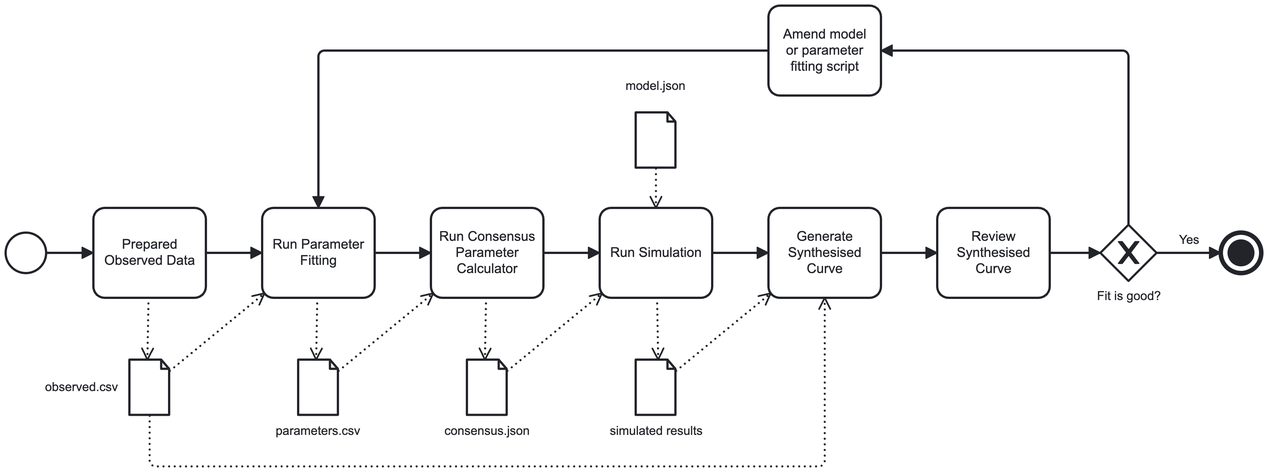
The BPMN diagram docs/images/parameter-fitting.png in davewalker5/OdeSolver, before a commit. Its source is kept beside it as docs/images/parameter-fitting.bpmn. Ids are renumbered.
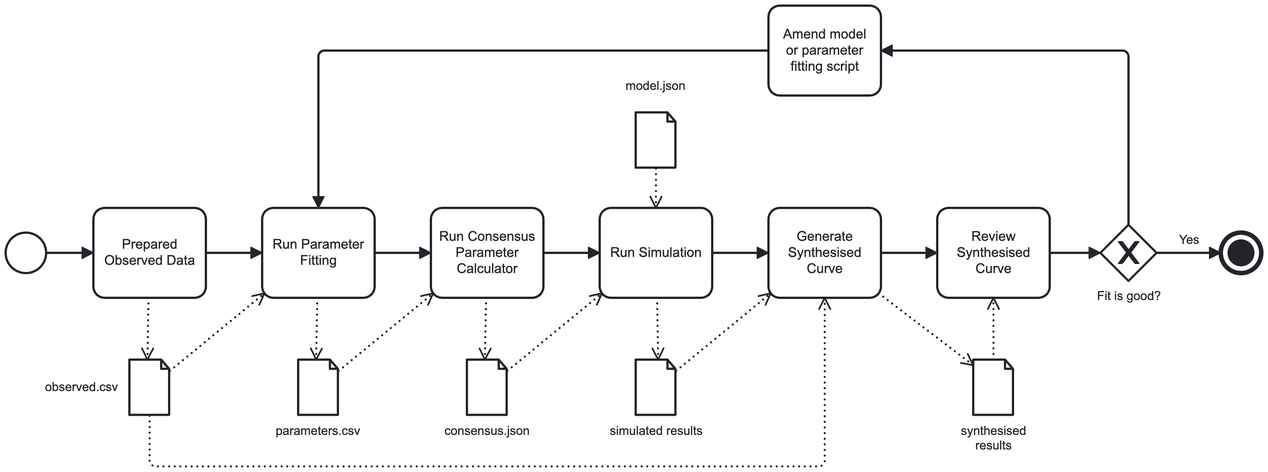
After the change.

Change to the diagram source:
```diff
@@ -75,6 +75,9 @@
         <bpmn:sourceRef>DataObjectReference_n31</bpmn:sourceRef>
         <bpmn:targetRef>Property_n35</bpmn:targetRef>
       </bpmn:dataInputAssociation>
+      <bpmn:dataOutputAssociation id="DataOutputAssociation_n47">
+        <bpmn:targetRef>DataObjectReference_n48</bpmn:targetRef>
+      </bpmn:dataOutputAssociation>
     </bpmn:task>
     <bpmn:sequenceFlow id="Flow_n25" sourceRef="Activity_n24" targetRef="Activity_n33" />
     <bpmn:exclusiveGateway id="Gateway_n38" name="Fit is good?">
@@ -98,9 +101,16 @@
     <bpmn:task id="Activity_n46" name="Review Synthesised Curve">
       <bpmn:incoming>Flow_n34</bpmn:incoming>
       <bpmn:outgoing>Flow_n39</bpmn:outgoing>
+      <bpmn:property id="Property_n49" name="__targetRef_placeholder" />
+      <bpmn:dataInputAssociation id="DataInputAssociation_n50">
+        <bpmn:sourceRef>DataObjectReference_n48</bpmn:sourceRef>
+        <bpmn:targetRef>Property_n49</bpmn:targetRef>
+      </bpmn:dataInputAssociation>
     </bpmn:task>
     <bpmn:sequenceFlow id="Flow_n34" sourceRef="Activity_n33" targetRef="Activity_n46" />
     <bpmn:sequenceFlow id="Flow_n39" sourceRef="Activity_n46" targetRef="Gateway_n38" />
+    <bpmn:dataObjectReference id="DataObjectReference_n48" name="synthesised results" dataObjectRef="DataObject_n51" />
+    <bpmn:dataObject id="DataObject_n51" />
   </bpmn:process>
   <bpmndi:BPMNDiagram id="BPMNDiagram_1">
     <bpmndi:BPMNPlane id="BPMNPlane_1" bpmnElement="Process_n2">
@@ -151,6 +161,15 @@
         <dc:Bounds x="860" y="260" width="100" height="80" />
         <bpmndi:BPMNLabel />
       </bpmndi:BPMNShape>
+      <bpmndi:BPMNShape id="Gateway_n38_di" bpmnElement="Gateway_n38" isMarkerVisible="true">
+        <dc:Bounds x="1155" y="275" width="50" height="50" />
+        <bpmndi:BPMNLabel>
+          <dc:Bounds x="1152" y="332" width="57" height="14" />
+        </bpmndi:BPMNLabel>
+      </bpmndi:BPMNShape>
+      <bpmndi:BPMNShape id="Event_0ka35gp_di" bpmnElement="Event_n42">
+        <dc:Bounds x="1262" y="282" width="36" height="36" />
+      </bpmndi:BPMNShape>
       <bpmndi:BPMNShape id="Activity_n44_di" bpmnElement="Activity_n44">
         <dc:Bounds x="860" y="80" width="100" height="80" />
         <bpmndi:BPMNLabel />
@@ -165,14 +184,11 @@
         <dc:Bounds x="1010" y="260" width="100" height="80" />
         <bpmndi:BPMNLabel />
       </bpmndi:BPMNShape>
-      <bpmndi:BPMNShape id="Gateway_n38_di" bpmnElement="Gateway_n38" isMarkerVisible="true">
-        <dc:Bounds x="1155" y="275" width="50" height="50" />
+      <bpmndi:BPMNShape id="DataObjectReference_n48_di" bpmnElement="DataObjectReference_n48">
+        <dc:Bounds x="1042" y="395" width="36" height="50" />
         <bpmndi:BPMNLabel>
-          <dc:Bounds x="1152" y="332" width="57" height="14" />
+          <dc:Bounds x="1031" y="452" width="59" height="27" />
         </bpmndi:BPMNLabel>
-      </bpmndi:BPMNShape>
-      <bpmndi:BPMNShape id="Event_0ka35gp_di" bpmnElement="Event_n42">
-        <dc:Bounds x="1262" y="282" width="36" height="36" />
       </bpmndi:BPMNShape>
       <bpmndi:BPMNEdge id="DataOutputAssociation_n6_di" bpmnElement="DataOutputAssociation_n6">
         <di:waypoint x="309" y="340" />
@@ -228,9 +244,20 @@
         <di:waypoint x="910" y="490" />
         <di:waypoint x="910" y="340" />
       </bpmndi:BPMNEdge>
+      <bpmndi:BPMNEdge id="DataInputAssociation_n37_di" bpmnElement="DataInputAssociation_n37">
+        <di:waypoint x="778" y="405" />
+        <di:waypoint x="862" y="336" />
+      </bpmndi:BPMNEdge>
       <bpmndi:BPMNEdge id="Flow_n25_di" bpmnElement="Flow_n25">
         <di:waypoint x="810" y="300" />
         <di:waypoint x="860" y="300" />
+      </bpmndi:BPMNEdge>
+      <bpmndi:BPMNEdge id="Flow_n40_di" bpmnElement="Flow_n40">
+        <di:waypoint x="1205" y="300" />
+        <di:waypoint x="1262" y="300" />
+        <bpmndi:BPMNLabel>
+          <dc:Bounds x="1225" y="282" width="18" height="14" />
+        </bpmndi:BPMNLabel>
       </bpmndi:BPMNEdge>
       <bpmndi:BPMNEdge id="Flow_n41_di" bpmnElement="Flow_n41">
         <di:waypoint x="1180" y="275" />
@@ -242,10 +269,6 @@
         <di:waypoint x="460" y="120" />
         <di:waypoint x="460" y="260" />
       </bpmndi:BPMNEdge>
-      <bpmndi:BPMNEdge id="DataInputAssociation_n37_di" bpmnElement="DataInputAssociation_n37">
-        <di:waypoint x="778" y="405" />
-        <di:waypoint x="862" y="336" />
-      </bpmndi:BPMNEdge>
       <bpmndi:BPMNEdge id="Flow_n34_di" bpmnElement="Flow_n34">
         <di:waypoint x="960" y="300" />
         <di:waypoint x="1010" y="300" />
@@ -254,12 +277,13 @@
         <di:waypoint x="1110" y="300" />
         <di:waypoint x="1155" y="300" />
       </bpmndi:BPMNEdge>
-      <bpmndi:BPMNEdge id="Flow_n40_di" bpmnElement="Flow_n40">
-        <di:waypoint x="1205" y="300" />
-        <di:waypoint x="1262" y="300" />
-        <bpmndi:BPMNLabel>
-          <dc:Bounds x="1225" y="282" width="18" height="14" />
-        </bpmndi:BPMNLabel>
+      <bpmndi:BPMNEdge id="DataOutputAssociation_n47_di" bpmnElement="DataOutputAssociation_n47">
+        <di:waypoint x="958" y="336" />
+        <di:waypoint x="1042" y="400" />
+      </bpmndi:BPMNEdge>
+      <bpmndi:BPMNEdge id="DataInputAssociation_n50_di" bpmnElement="DataInputAssociation_n50">
+        <di:waypoint x="1060" y="395" />
+        <di:waypoint x="1060" y="340" />
       </bpmndi:BPMNEdge>
     </bpmndi:BPMNPlane>
   </bpmndi:BPMNDiagram>
```
